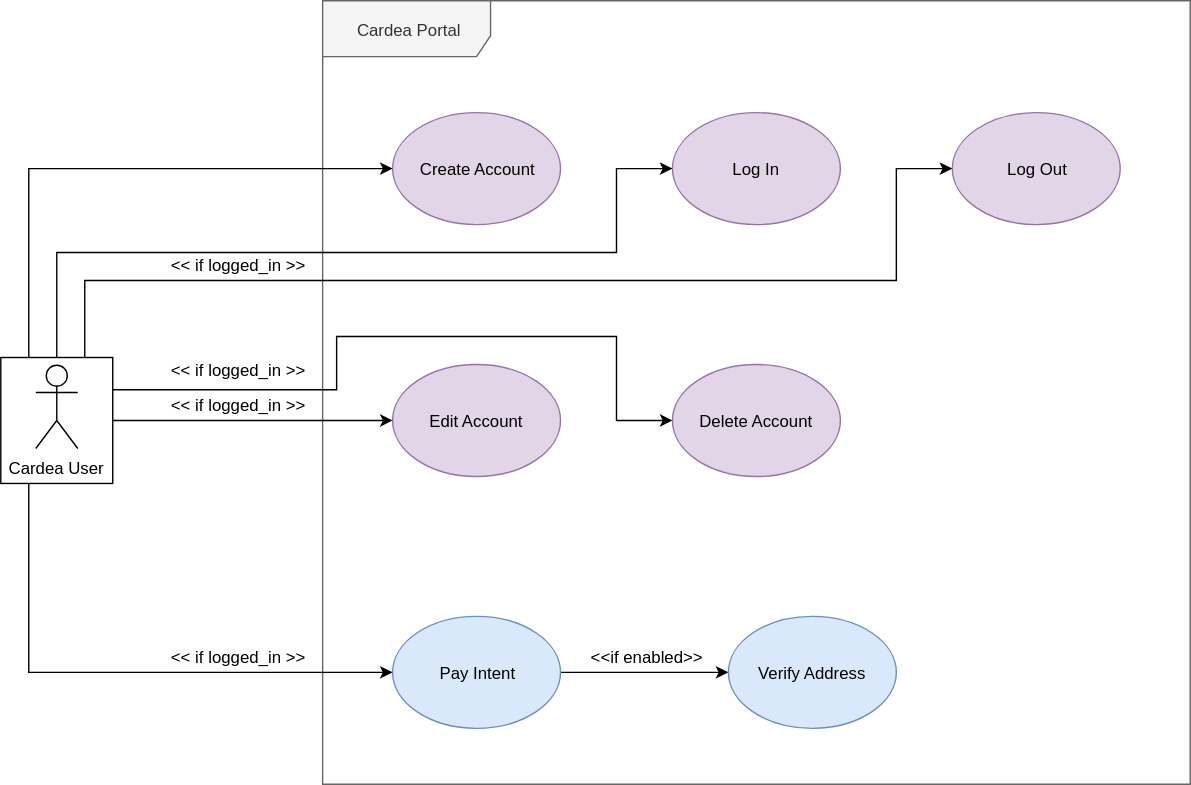
The draw.io diagram docs/srs/resources/3_1_2_7_use_case_view_cardea_portal.svg in cardeapay/stack, before a commit. Source tidied: cells renumbered, new cells last; positions are measured from the earlier drawing's top-left corner, leaving out a move shared by most shapes.
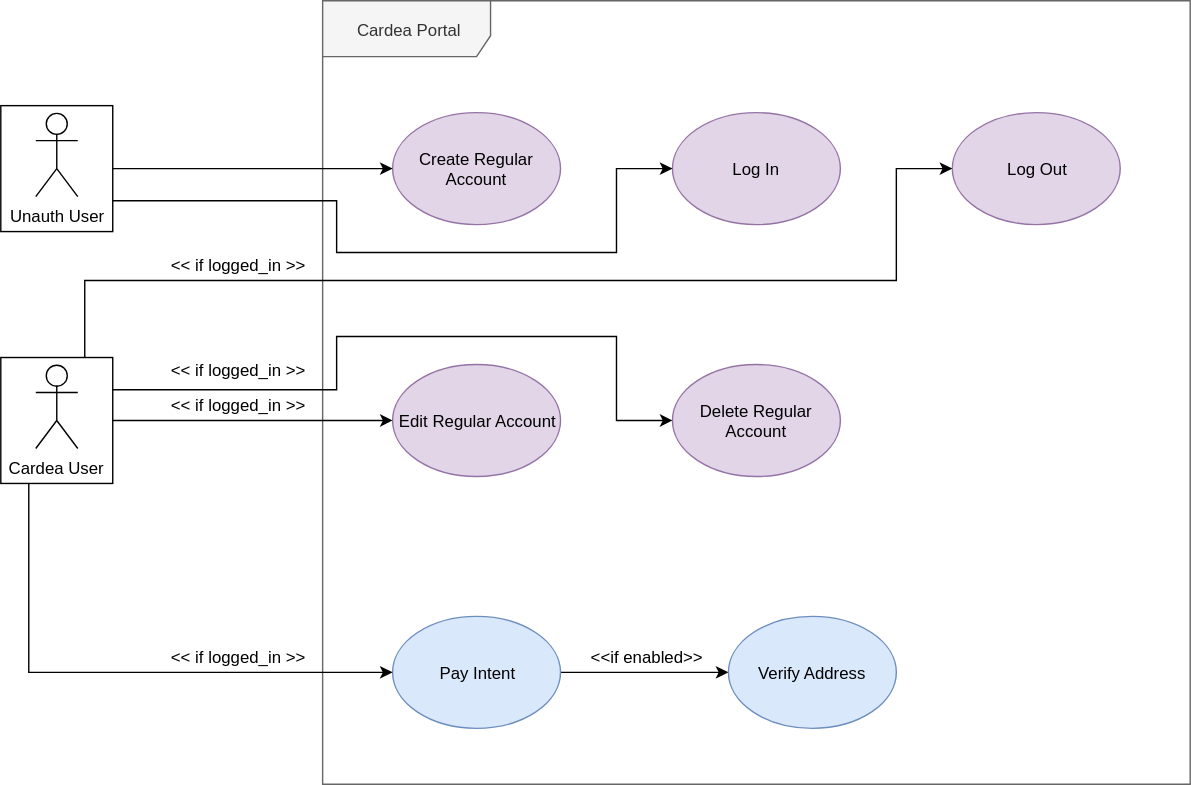
Later version of the same file.

Commit message:
fix(srs): user types clarifications

The edit, as a diff of the source:
```diff
@@ -5,7 +5,7 @@
     <mxCell id="2" value="Cardea Portal" style="shape=umlFrame;whiteSpace=wrap;html=1;width=120;height=40;fillColor=#f5f5f5;strokeColor=#666666;fontColor=#333333;" parent="1" vertex="1">
       <mxGeometry x="230" width="620" height="560" as="geometry" />
     </mxCell>
-    <mxCell id="3" value="Create Account" style="ellipse;whiteSpace=wrap;html=1;fillColor=#e1d5e7;strokeColor=#9673a6;" parent="1" vertex="1">
+    <mxCell id="3" value="Create Regular Account" style="ellipse;whiteSpace=wrap;html=1;fillColor=#e1d5e7;strokeColor=#9673a6;" parent="1" vertex="1">
       <mxGeometry x="280" y="80" width="120" height="80" as="geometry" />
     </mxCell>
     <mxCell id="4" style="edgeStyle=orthogonalEdgeStyle;rounded=0;jettySize=auto;html=1;exitX=1;exitY=0.5;exitDx=0;exitDy=0;entryX=0;entryY=0.5;entryDx=0;entryDy=0;" parent="1" edge="1" source="5" target="6">
@@ -20,10 +20,10 @@
     <mxCell id="7" value="&amp;lt;&amp;lt;if enabled&amp;gt;&amp;gt;" style="text;html=1;align=left;verticalAlign=top;spacingTop=-4;" parent="1" vertex="1">
       <mxGeometry x="420" y="460" width="100" height="20" as="geometry" />
     </mxCell>
-    <mxCell id="8" value="Delete Account" style="ellipse;whiteSpace=wrap;html=1;fillColor=#e1d5e7;strokeColor=#9673a6;" parent="1" vertex="1">
+    <mxCell id="8" value="Delete Regular Account" style="ellipse;whiteSpace=wrap;html=1;fillColor=#e1d5e7;strokeColor=#9673a6;" parent="1" vertex="1">
       <mxGeometry x="480" y="260" width="120" height="80" as="geometry" />
     </mxCell>
-    <mxCell id="9" value="Edit Account" style="ellipse;whiteSpace=wrap;html=1;fillColor=#e1d5e7;strokeColor=#9673a6;" parent="1" vertex="1">
+    <mxCell id="9" value="Edit Regular Account" style="ellipse;whiteSpace=wrap;html=1;fillColor=#e1d5e7;strokeColor=#9673a6;" parent="1" vertex="1">
       <mxGeometry x="280" y="260" width="120" height="80" as="geometry" />
     </mxCell>
     <mxCell id="10" value="Log In" style="ellipse;whiteSpace=wrap;html=1;fillColor=#e1d5e7;strokeColor=#9673a6;" parent="1" vertex="1">
@@ -32,18 +32,6 @@
     <mxCell id="11" value="Log Out" style="ellipse;whiteSpace=wrap;html=1;fillColor=#e1d5e7;strokeColor=#9673a6;" parent="1" vertex="1">
       <mxGeometry x="680" y="80" width="120" height="80" as="geometry" />
     </mxCell>
-    <mxCell id="12" style="edgeStyle=orthogonalEdgeStyle;rounded=0;jettySize=auto;html=1;exitX=0.25;exitY=0;exitDx=0;exitDy=0;entryX=0;entryY=0.5;entryDx=0;entryDy=0;" parent="1" edge="1" source="18" target="3">
-      <mxGeometry relative="1" as="geometry" />
-    </mxCell>
-    <mxCell id="13" style="edgeStyle=orthogonalEdgeStyle;rounded=0;jettySize=auto;html=1;exitX=0.5;exitY=0;exitDx=0;exitDy=0;entryX=0;entryY=0.5;entryDx=0;entryDy=0;" parent="1" edge="1" source="18" target="10">
-      <mxGeometry relative="1" as="geometry">
-        <Array as="points">
-          <mxPoint x="40" y="180" />
-          <mxPoint x="440" y="180" />
-          <mxPoint x="440" y="120" />
-        </Array>
-      </mxGeometry>
-    </mxCell>
     <mxCell id="14" style="edgeStyle=orthogonalEdgeStyle;rounded=0;jettySize=auto;html=1;exitX=0.75;exitY=0;exitDx=0;exitDy=0;entryX=0;entryY=0.5;entryDx=0;entryDy=0;" parent="1" edge="1" source="18" target="11">
       <mxGeometry relative="1" as="geometry">
         <Array as="points">
@@ -87,5 +75,24 @@
     <mxCell id="23" value="&amp;lt;&amp;lt; if logged_in &amp;gt;&amp;gt;" style="text;html=1;align=left;verticalAlign=top;spacingTop=-4;" parent="1" vertex="1">
       <mxGeometry x="120" y="460" width="110" height="20" as="geometry" />
     </mxCell>
+    <mxCell id="24" style="edgeStyle=orthogonalEdgeStyle;rounded=0;jettySize=auto;html=1;exitX=1;exitY=0.5;exitDx=0;exitDy=0;entryX=0;entryY=0.5;entryDx=0;entryDy=0;" parent="1" edge="1" source="26" target="3">
+      <mxGeometry relative="1" as="geometry" />
+    </mxCell>
+    <mxCell id="25" style="edgeStyle=orthogonalEdgeStyle;rounded=0;jettySize=auto;html=1;exitX=1;exitY=0.75;exitDx=0;exitDy=0;entryX=0;entryY=0.5;entryDx=0;entryDy=0;" parent="1" edge="1" source="26" target="10">
+      <mxGeometry relative="1" as="geometry">
+        <Array as="points">
+          <mxPoint x="240" y="143" />
+          <mxPoint x="240" y="180" />
+          <mxPoint x="440" y="180" />
+          <mxPoint x="440" y="120" />
+        </Array>
+      </mxGeometry>
+    </mxCell>
+    <mxCell id="26" style="html=1;fillColor=none;" parent="1" vertex="1">
+      <mxGeometry y="75" width="80" height="90" as="geometry" />
+    </mxCell>
+    <mxCell id="27" value="Unauth User" style="shape=umlActor;verticalLabelPosition=bottom;labelBackgroundColor=#ffffff;verticalAlign=top;html=1;" parent="1" vertex="1">
+      <mxGeometry x="25" y="80" width="30" height="60" as="geometry" />
+    </mxCell>
   </root>
 </mxGraphModel>
```
